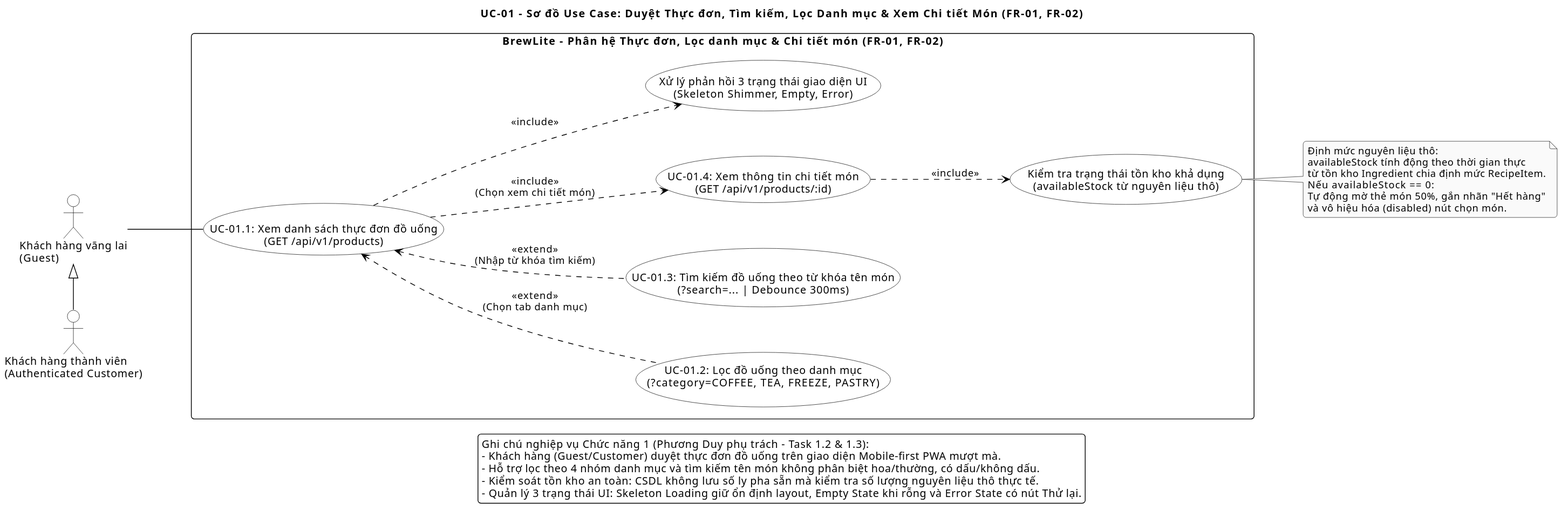
Earlier version of the PlantUML export docs/diagrams/uc-01-menu.svg (SamuiSang/brewlite2). Its source is kept beside it as docs/diagrams/uc-01-menu.puml. The source it was exported from:
```plantuml
@startuml uc-01-menu
title UC-01 - Sơ đồ Use Case: Duyệt Thực đơn, Tìm kiếm, Lọc Danh mục & Xem Chi tiết Món (FR-01, FR-02)

left to right direction
skinparam monochrome true
skinparam shadowing false
skinparam backgroundColor white
skinparam defaultFontName "Segoe UI", "Arial", sans-serif
skinparam packageStyle rectangle
skinparam roundcorner 8
skinparam nodesep 60
skinparam ranksep 80

skinparam actor {
    BorderColor black
    BackgroundColor white
    FontColor black
}

skinparam usecase {
    BorderColor black
    BackgroundColor white
    FontColor black
    ArrowColor black
}

skinparam rectangle {
    BorderColor black
    BackgroundColor white
    FontColor black
}

actor "Khách hàng vãng lai\n(Guest)" as Guest
actor "Khách hàng thành viên\n(Authenticated Customer)" as Customer

Customer -left-|> Guest

rectangle "BrewLite - Phân hệ Thực đơn, Lọc danh mục & Chi tiết món (FR-01, FR-02)" as System {
    usecase "UC-01.1: Xem danh sách thực đơn đồ uống\n(GET /api/v1/products)" as UC_BrowseMenu
    usecase "UC-01.2: Lọc đồ uống theo danh mục\n(?category=COFFEE, TEA, FREEZE, PASTRY)" as UC_FilterCategory
    usecase "UC-01.3: Tìm kiếm đồ uống theo từ khóa tên món\n(?search=... | Debounce 300ms)" as UC_SearchKeyword
    usecase "UC-01.4: Xem thông tin chi tiết món\n(GET /api/v1/products/:id)" as UC_ViewDetail

    usecase "Kiểm tra trạng thái tồn kho khả dụng\n(availableStock từ nguyên liệu thô)" as UC_CheckStock
    usecase "Xử lý phản hồi 3 trạng thái giao diện UI\n(Skeleton Shimmer, Empty, Error)" as UC_HandleUIState
}

Guest -- UC_BrowseMenu

UC_FilterCategory .up.> UC_BrowseMenu : <<extend>>\n(Chọn tab danh mục)
UC_SearchKeyword .up.> UC_BrowseMenu : <<extend>>\n(Nhập từ khóa tìm kiếm)

UC_BrowseMenu ..> UC_ViewDetail : <<include>>\n(Chọn xem chi tiết món)
UC_ViewDetail ..> UC_CheckStock : <<include>>
UC_BrowseMenu ..> UC_HandleUIState : <<include>>

note right of UC_CheckStock
  Định mức nguyên liệu thô:
  availableStock tính động theo thời gian thực
  từ tồn kho Ingredient chia định mức RecipeItem.
  Nếu availableStock == 0:
  Tự động mờ thẻ món 50%, gắn nhãn "Hết hàng"
  và vô hiệu hóa (disabled) nút chọn món.
end note

legend bottom
  Ghi chú nghiệp vụ Chức năng 1 (Phương Duy phụ trách - Task 1.2 & 1.3):
  - Khách hàng (Guest/Customer) duyệt thực đơn đồ uống trên giao diện Mobile-first PWA mượt mà.
  - Hỗ trợ lọc theo 4 nhóm danh mục và tìm kiếm tên món không phân biệt hoa/thường, có dấu/không dấu.
  - Kiểm soát tồn kho an toàn: CSDL không lưu số ly pha sẵn mà kiểm tra số lượng nguyên liệu thô thực tế.
  - Quản lý 3 trạng thái UI: Skeleton Loading giữ ổn định layout, Empty State khi rỗng và Error State có nút Thử lại.
endlegend

@enduml
```
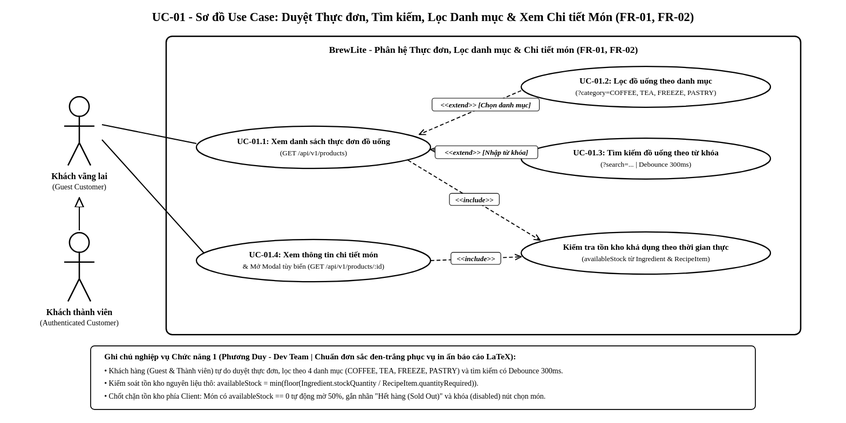
The same diagram one commit later.

Change to the diagram source:
```diff
@@ -8,67 +8,33 @@
 skinparam defaultFontName "Segoe UI", "Arial", sans-serif
 skinparam packageStyle rectangle
 skinparam roundcorner 8
-skinparam nodesep 60
-skinparam ranksep 80
 
-skinparam actor {
-    BorderColor black
-    BackgroundColor white
-    FontColor black
-}
+actor "Khách vãng lai\n(Guest Customer)" as Guest
+actor "Khách thành viên\n(Authenticated Customer)" as Customer
 
-skinparam usecase {
-    BorderColor black
-    BackgroundColor white
-    FontColor black
-    ArrowColor black
-}
-
-skinparam rectangle {
-    BorderColor black
-    BackgroundColor white
-    FontColor black
-}
-
-actor "Khách hàng vãng lai\n(Guest)" as Guest
-actor "Khách hàng thành viên\n(Authenticated Customer)" as Customer
-
-Customer -left-|> Guest
+Customer -up-|> Guest
 
 rectangle "BrewLite - Phân hệ Thực đơn, Lọc danh mục & Chi tiết món (FR-01, FR-02)" as System {
     usecase "UC-01.1: Xem danh sách thực đơn đồ uống\n(GET /api/v1/products)" as UC_BrowseMenu
     usecase "UC-01.2: Lọc đồ uống theo danh mục\n(?category=COFFEE, TEA, FREEZE, PASTRY)" as UC_FilterCategory
     usecase "UC-01.3: Tìm kiếm đồ uống theo từ khóa tên món\n(?search=... | Debounce 300ms)" as UC_SearchKeyword
-    usecase "UC-01.4: Xem thông tin chi tiết món\n(GET /api/v1/products/:id)" as UC_ViewDetail
-
-    usecase "Kiểm tra trạng thái tồn kho khả dụng\n(availableStock từ nguyên liệu thô)" as UC_CheckStock
-    usecase "Xử lý phản hồi 3 trạng thái giao diện UI\n(Skeleton Shimmer, Empty, Error)" as UC_HandleUIState
+    usecase "UC-01.4: Xem thông tin chi tiết món\n& Mở Modal tùy biến (GET /api/v1/products/:id)" as UC_ViewDetail
+    usecase "Kiểm tra tồn kho khả dụng theo thời gian thực\n(availableStock từ Ingredient & RecipeItem)" as UC_CheckStock
 }
 
 Guest -- UC_BrowseMenu
+Guest -- UC_ViewDetail
 
-UC_FilterCategory .up.> UC_BrowseMenu : <<extend>>\n(Chọn tab danh mục)
-UC_SearchKeyword .up.> UC_BrowseMenu : <<extend>>\n(Nhập từ khóa tìm kiếm)
+UC_BrowseMenu ..> UC_CheckStock : <<include>>
+UC_ViewDetail ..> UC_CheckStock : <<include>>
 
-UC_BrowseMenu ..> UC_ViewDetail : <<include>>\n(Chọn xem chi tiết món)
-UC_ViewDetail ..> UC_CheckStock : <<include>>
-UC_BrowseMenu ..> UC_HandleUIState : <<include>>
-
-note right of UC_CheckStock
-  Định mức nguyên liệu thô:
-  availableStock tính động theo thời gian thực
-  từ tồn kho Ingredient chia định mức RecipeItem.
-  Nếu availableStock == 0:
-  Tự động mờ thẻ món 50%, gắn nhãn "Hết hàng"
-  và vô hiệu hóa (disabled) nút chọn món.
-end note
+UC_FilterCategory .up.> UC_BrowseMenu : <<extend>>\n[Chọn tab danh mục]
+UC_SearchKeyword .up.> UC_BrowseMenu : <<extend>>\n[Nhập từ khóa tìm kiếm]
 
 legend bottom
-  Ghi chú nghiệp vụ Chức năng 1 (Phương Duy phụ trách - Task 1.2 & 1.3):
-  - Khách hàng (Guest/Customer) duyệt thực đơn đồ uống trên giao diện Mobile-first PWA mượt mà.
-  - Hỗ trợ lọc theo 4 nhóm danh mục và tìm kiếm tên món không phân biệt hoa/thường, có dấu/không dấu.
-  - Kiểm soát tồn kho an toàn: CSDL không lưu số ly pha sẵn mà kiểm tra số lượng nguyên liệu thô thực tế.
-  - Quản lý 3 trạng thái UI: Skeleton Loading giữ ổn định layout, Empty State khi rỗng và Error State có nút Thử lại.
+  Ghi chú nghiệp vụ Chức năng 1 (Phương Duy - Dev Team | Chuẩn đơn sắc đen-trắng):
+  • Khách hàng (cả Guest và Thành viên) tự do duyệt thực đơn, lọc theo 4 danh mục (COFFEE, TEA, FREEZE, PASTRY) và tìm kiếm có Debounce 300ms.
+  • Kiểm soát tồn kho nguyên liệu thô: availableStock = min(floor(Ingredient.stockQuantity / RecipeItem.quantityRequired)).
+  • Chốt chặn tồn kho phía Client: Món có availableStock == 0 tự động mờ 50%, gắn nhãn "Hết hàng (Sold Out)" và khóa (disabled) nút chọn món.
 endlegend
-
 @enduml
```
